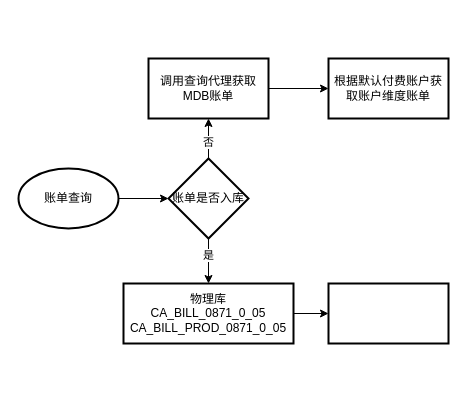
Earlier version of the draw.io diagram 未命名绘图.drawio (315944211/doc). Source tidied: cells renumbered, new cells numbered last; positions are measured from the earlier drawing's top-left corner, leaving out a move shared by most shapes. Both pictures are drawn from the tidied source at 100%, with x=0, y=0 at pixel (18, 58).
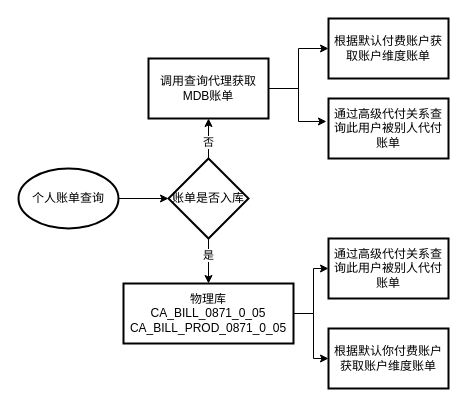
The same diagram, later.

Commit message (it also covers changes not shown here):
更新未命名绘图.drawio

Diff of the diagram source:
```diff
@@
 <mxGraphModel>
   <root>
     <mxCell id="0" />
     <mxCell id="1" parent="0" />
     <mxCell id="2" style="edgeStyle=orthogonalEdgeStyle;rounded=0;jettySize=auto;html=1;" parent="1" edge="1" source="3" target="8">
       <mxGeometry relative="1" as="geometry" />
     </mxCell>
-    <mxCell id="3" value="账单查询" style="strokeWidth=2;html=1;shape=mxgraph.flowchart.start_1;whiteSpace=wrap;" parent="1" vertex="1">
+    <mxCell id="3" value="个人账单查询" style="strokeWidth=2;html=1;shape=mxgraph.flowchart.start_1;whiteSpace=wrap;" parent="1" vertex="1">
       <mxGeometry y="110" width="100" height="60" as="geometry" />
     </mxCell>
     <mxCell id="4" style="edgeStyle=orthogonalEdgeStyle;rounded=0;jettySize=auto;html=1;" parent="1" edge="1" source="8" target="10">
       <mxGeometry relative="1" as="geometry" />
     </mxCell>
     <mxCell id="5" value="否" style="edgeLabel;html=1;align=center;verticalAlign=middle;" parent="4" vertex="1">
       <mxGeometry x="-0.15" y="1" relative="1" as="geometry" />
     </mxCell>
     <mxCell id="6" style="edgeStyle=orthogonalEdgeStyle;rounded=0;jettySize=auto;html=1;" parent="1" edge="1" source="8" target="12">
       <mxGeometry relative="1" as="geometry" />
     </mxCell>
     <mxCell id="7" value="是" style="edgeLabel;html=1;align=center;verticalAlign=middle;" parent="6" vertex="1">
       <mxGeometry x="-0.29" y="-1" relative="1" as="geometry" />
     </mxCell>
     <mxCell id="8" value="账单是否入库" style="rhombus;whiteSpace=wrap;html=1;strokeWidth=2;" parent="1" vertex="1">
       <mxGeometry x="150" y="100" width="80" height="80" as="geometry" />
     </mxCell>
     <mxCell id="9" style="edgeStyle=orthogonalEdgeStyle;rounded=0;jettySize=auto;html=1;" parent="1" edge="1" source="10" target="13">
       <mxGeometry relative="1" as="geometry" />
     </mxCell>
     <mxCell id="10" value="调用查询代理获取MDB账单" style="whiteSpace=wrap;html=1;strokeWidth=2;" parent="1" vertex="1">
       <mxGeometry x="130" width="120" height="60" as="geometry" />
     </mxCell>
+    <mxCell id="15" style="edgeStyle=orthogonalEdgeStyle;rounded=0;jettySize=auto;html=1;entryX=0;entryY=0.5;entryDx=0;entryDy=0;" parent="1" edge="1" source="12" target="17">
+      <mxGeometry relative="1" as="geometry" />
+    </mxCell>
-    <mxCell id="11" style="edgeStyle=orthogonalEdgeStyle;rounded=0;jettySize=auto;html=1;" parent="1" edge="1" source="12" target="14">
+    <mxCell id="11" style="edgeStyle=orthogonalEdgeStyle;rounded=0;jettySize=auto;html=1;entryX=0;entryY=0.5;entryDx=0;entryDy=0;" parent="1" edge="1" source="12" target="14">
       <mxGeometry relative="1" as="geometry" />
     </mxCell>
     <mxCell id="12" value="物理库&lt;br&gt;&lt;div data-mind-map-text=&quot;[{&amp;quot;paragraphProps&amp;quot;:{&amp;quot;type&amp;quot;:&amp;quot;paragraph&amp;quot;,&amp;quot;textAlign&amp;quot;:0,&amp;quot;lineSpacing&amp;quot;:1.4},&amp;quot;isComplete&amp;quot;:true,&amp;quot;textProps&amp;quot;:[{&amp;quot;type&amp;quot;:&amp;quot;text&amp;quot;,&amp;quot;text&amp;quot;:&amp;quot;CA_BILL_0871_0_05&amp;quot;,&amp;quot;color&amp;quot;:&amp;quot;#1f1f1f&amp;quot;,&amp;quot;fontWeight&amp;quot;:400,&amp;quot;fontSize&amp;quot;:14,&amp;quot;fontFamily&amp;quot;:&amp;quot;\&amp;quot;Helvetica Neue\&amp;quot;, Helvetica, \&amp;quot;PingFang SC\&amp;quot;, \&amp;quot;Microsoft YaHei\&amp;quot;, \&amp;quot;Source Han Sans SC\&amp;quot;, \&amp;quot;Noto Sans CJK SC\&amp;quot;, \&amp;quot;WenQuanYi Micro Hei\&amp;quot;, sans-serif&amp;quot;,&amp;quot;italic&amp;quot;:false,&amp;quot;underline&amp;quot;:false,&amp;quot;strike&amp;quot;:false}]}]&quot;&gt;CA_BILL_0871_0_05&lt;br&gt;&lt;div data-mind-map-text=&quot;[{&amp;quot;paragraphProps&amp;quot;:{&amp;quot;type&amp;quot;:&amp;quot;paragraph&amp;quot;,&amp;quot;textAlign&amp;quot;:0,&amp;quot;lineSpacing&amp;quot;:1.4},&amp;quot;isComplete&amp;quot;:true,&amp;quot;textProps&amp;quot;:[{&amp;quot;type&amp;quot;:&amp;quot;text&amp;quot;,&amp;quot;text&amp;quot;:&amp;quot;CA_BILL_PROD_0871_0_05&amp;quot;,&amp;quot;color&amp;quot;:&amp;quot;#1f1f1f&amp;quot;,&amp;quot;fontWeight&amp;quot;:400,&amp;quot;fontSize&amp;quot;:14,&amp;quot;fontFamily&amp;quot;:&amp;quot;\&amp;quot;Helvetica Neue\&amp;quot;, Helvetica, \&amp;quot;PingFang SC\&amp;quot;, \&amp;quot;Microsoft YaHei\&amp;quot;, \&amp;quot;Source Han Sans SC\&amp;quot;, \&amp;quot;Noto Sans CJK SC\&amp;quot;, \&amp;quot;WenQuanYi Micro Hei\&amp;quot;, sans-serif&amp;quot;,&amp;quot;italic&amp;quot;:false,&amp;quot;underline&amp;quot;:false,&amp;quot;strike&amp;quot;:false}]}]&quot;&gt;CA_BILL_PROD_0871_0_05&lt;/div&gt;&lt;/div&gt;" style="whiteSpace=wrap;html=1;strokeWidth=2;" parent="1" vertex="1">
       <mxGeometry x="105" y="225" width="170" height="60" as="geometry" />
     </mxCell>
     <mxCell id="13" value="根据默认付费账户获取账户维度账单" style="whiteSpace=wrap;html=1;strokeWidth=2;" parent="1" vertex="1">
-      <mxGeometry x="310" width="120" height="60" as="geometry" />
+      <mxGeometry x="310" y="-40" width="120" height="60" as="geometry" />
     </mxCell>
-    <mxCell id="14" style="whiteSpace=wrap;html=1;strokeWidth=2;" parent="1" vertex="1">
-      <mxGeometry x="310" y="225" width="120" height="60" as="geometry" />
+    <mxCell id="14" value="根据默认你付费账户获取账户维度账单" style="whiteSpace=wrap;html=1;strokeWidth=2;" parent="1" vertex="1">
+      <mxGeometry x="310" y="270" width="120" height="60" as="geometry" />
     </mxCell>
+    <mxCell id="16" value="通过高级代付关系查询此用户被别人代付账单" style="whiteSpace=wrap;html=1;strokeWidth=2;" parent="1" vertex="1">
+      <mxGeometry x="310" y="40" width="120" height="60" as="geometry" />
+    </mxCell>
+    <mxCell id="17" value="通过高级代付关系查询此用户被别人代付账单" style="whiteSpace=wrap;html=1;strokeWidth=2;" parent="1" vertex="1">
+      <mxGeometry x="310" y="180" width="120" height="60" as="geometry" />
+    </mxCell>
+    <mxCell id="18" style="edgeStyle=orthogonalEdgeStyle;rounded=0;jettySize=auto;html=1;entryX=-0.017;entryY=0.383;entryDx=0;entryDy=0;entryPerimeter=0;" parent="1" edge="1" source="10" target="16">
+      <mxGeometry relative="1" as="geometry" />
+    </mxCell>
   </root>
 </mxGraphModel>
```
